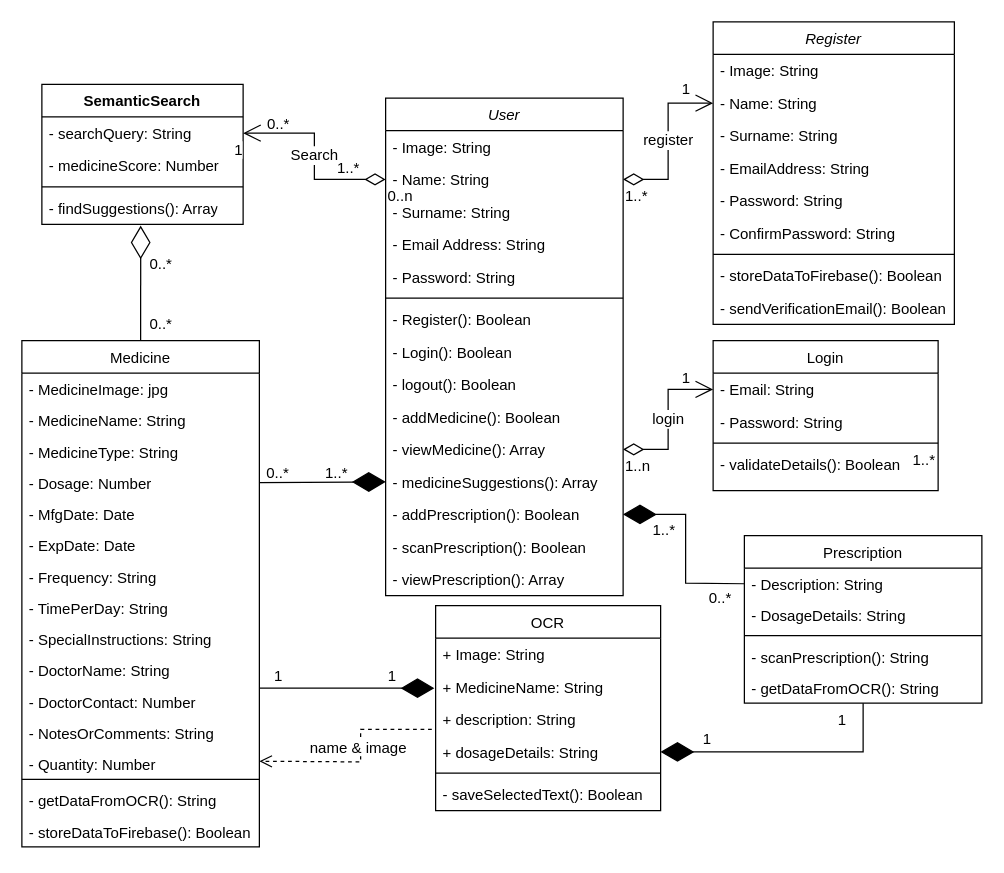
Earlier version of the draw.io diagram Class_Diagram.drawio (SJPatel123/CP-III). Source tidied: cells renumbered, new cells numbered last; positions are measured from the earlier drawing's top-left corner, leaving out a move shared by most shapes. Both pictures are drawn from the tidied source at 125%, with x=0, y=0 at pixel (21, 21).
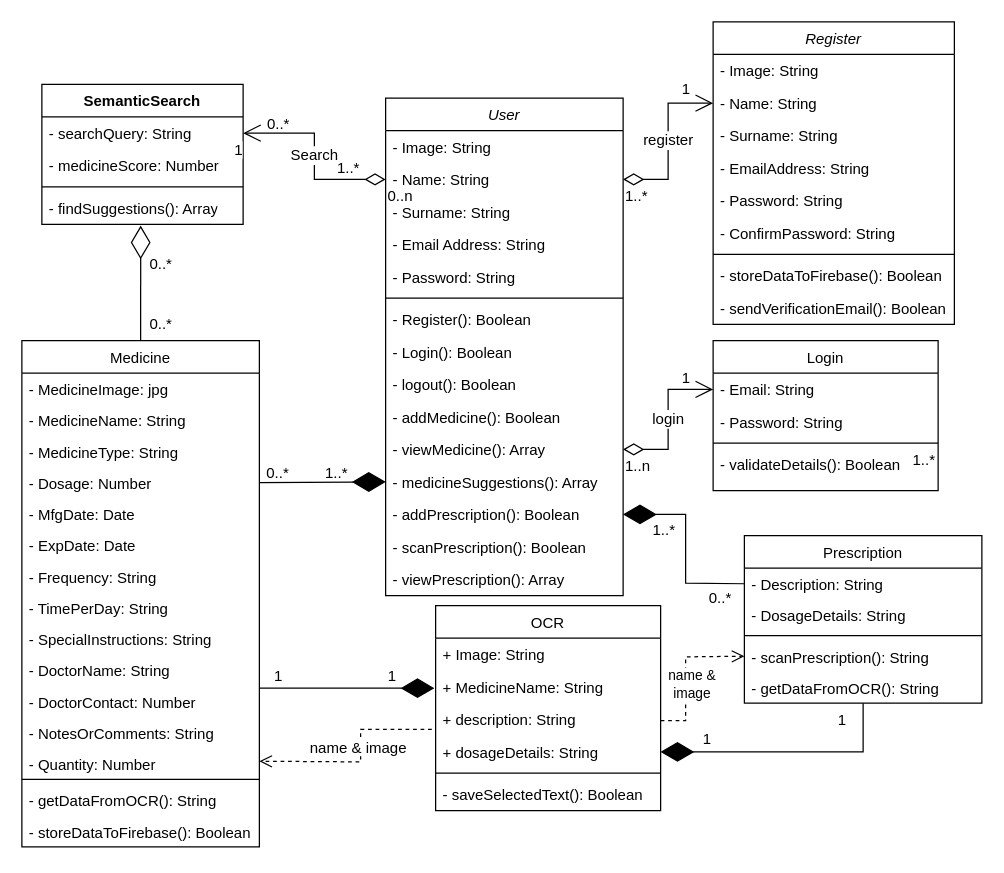
After the change.

The change refers to these unchanged cells:
```xml
<mxCell id="22" value="- scanPrescription(): String" style="text;align=left;verticalAlign=top;spacingLeft=4;spacingRight=4;overflow=hidden;points=[[0,0.5],[1,0.5]];portConstraint=eastwest;rounded=0;shadow=0;html=0;" parent="18" vertex="1">
  <mxGeometry y="84" width="190" height="25" as="geometry" />
</mxCell>
```

What changed in the source:
```diff
@@
+    <mxCell id="96" style="html=1;verticalAlign=bottom;endArrow=open;dashed=1;endSize=8;curved=0;rounded=0;entryX=0;entryY=0.5;entryDx=0;entryDy=0;" parent="1" edge="1" target="22">
+      <mxGeometry x="-0.15" relative="1" as="geometry">
+        <mxPoint x="511" y="559" as="sourcePoint" />
+        <Array as="points">
+          <mxPoint x="531" y="559" />
+          <mxPoint x="531" y="508" />
+        </Array>
+      </mxGeometry>
+    </mxCell>
+    <mxCell id="97" value="name &amp;amp;&lt;br&gt;image" style="edgeLabel;html=1;align=center;verticalAlign=middle;" parent="96" vertex="1">
+      <mxGeometry x="-0.12" relative="1" as="geometry">
+        <mxPoint x="4" y="2" as="offset" />
+      </mxGeometry>
+    </mxCell>
```
